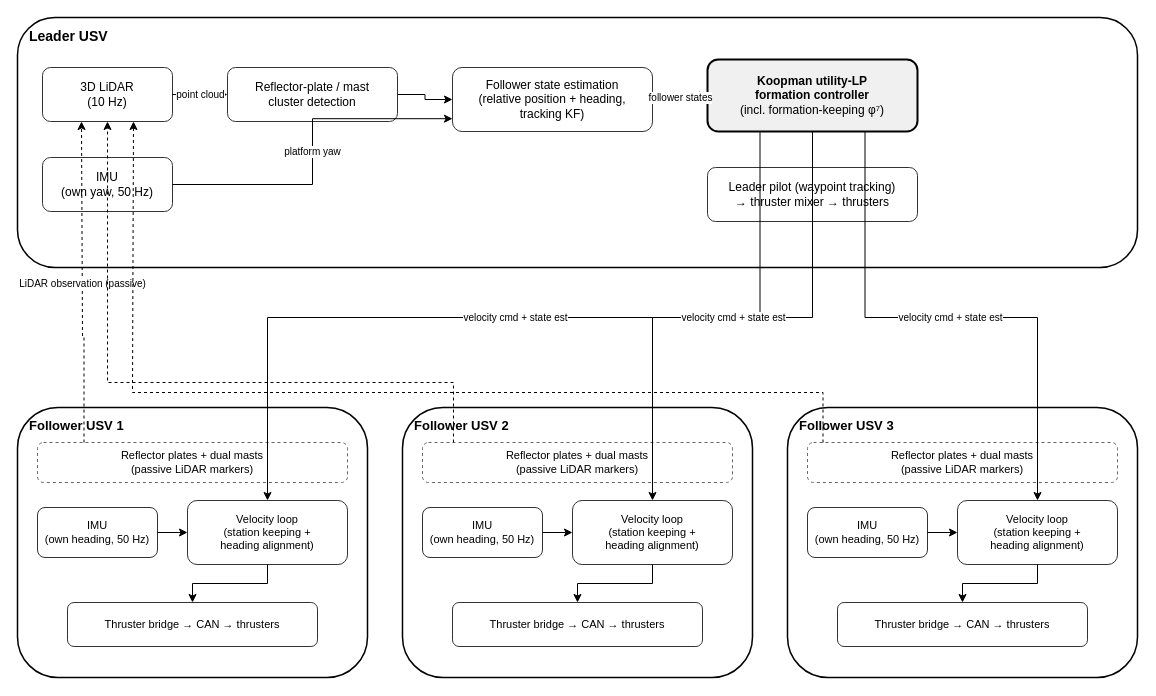
yuuu1121/GTBOT keeps this draw.io diagram as IEEE-conference-template-062824/fig/system_architecture.drawio. Above is the earlier version. Source tidied: cells renumbered, new cells numbered last; positions are measured from the earlier drawing's top-left corner, leaving out a move shared by most shapes. Both pictures are drawn from the tidied source at 100%, with x=0, y=0 at pixel (17, 17).
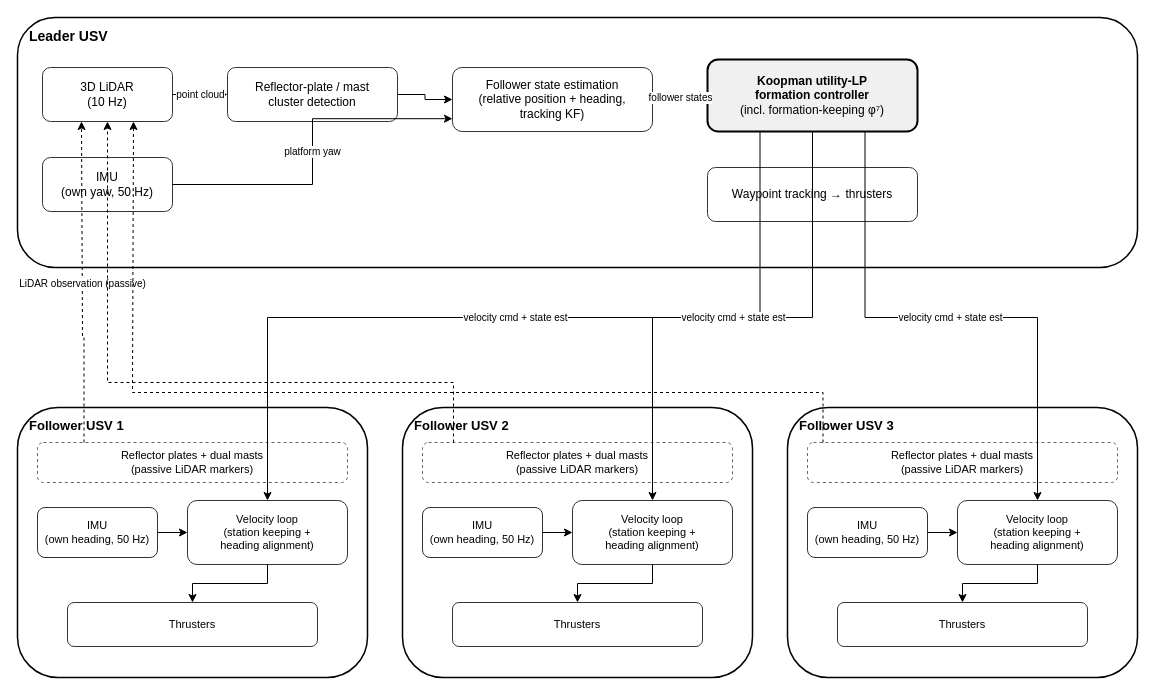
The same diagram, later.

Commit message:
draft(ut27): 아키텍처 그림 액추에이터 단순화 — 브리지/CAN 세부 제거, Thrusters로 통일

Claude-Session: https://claude.ai/code/session_019qNLAuEkV57fTxt2qoVVH8

Diff of the diagram source:
```diff
@@
-    <mxCell id="8" value="Leader pilot (waypoint tracking)&lt;br&gt;→ thruster mixer → thrusters" style="rounded=1;whiteSpace=wrap;html=1;fillColor=#ffffff;strokeColor=#333333;fontSize=12;" parent="1" vertex="1">
+    <mxCell id="8" value="Waypoint tracking → thrusters" style="rounded=1;whiteSpace=wrap;html=1;fillColor=#ffffff;strokeColor=#333333;fontSize=12;" parent="1" vertex="1">
       <mxGeometry x="690" y="150" width="210" height="54" as="geometry" />
     </mxCell>
@@
-    <mxCell id="17" value="Thruster bridge → CAN → thrusters" style="rounded=1;whiteSpace=wrap;html=1;fillColor=#ffffff;strokeColor=#333333;fontSize=11;" parent="1" vertex="1">
+    <mxCell id="17" value="Thrusters" style="rounded=1;whiteSpace=wrap;html=1;fillColor=#ffffff;strokeColor=#333333;fontSize=11;" parent="1" vertex="1">
       <mxGeometry x="50" y="585" width="250" height="44" as="geometry" />
     </mxCell>
@@
-    <mxCell id="24" value="Thruster bridge → CAN → thrusters" style="rounded=1;whiteSpace=wrap;html=1;fillColor=#ffffff;strokeColor=#333333;fontSize=11;" parent="1" vertex="1">
+    <mxCell id="24" value="Thrusters" style="rounded=1;whiteSpace=wrap;html=1;fillColor=#ffffff;strokeColor=#333333;fontSize=11;" parent="1" vertex="1">
       <mxGeometry x="435" y="585" width="250" height="44" as="geometry" />
     </mxCell>
@@
-    <mxCell id="31" value="Thruster bridge → CAN → thrusters" style="rounded=1;whiteSpace=wrap;html=1;fillColor=#ffffff;strokeColor=#333333;fontSize=11;" parent="1" vertex="1">
+    <mxCell id="31" value="Thrusters" style="rounded=1;whiteSpace=wrap;html=1;fillColor=#ffffff;strokeColor=#333333;fontSize=11;" parent="1" vertex="1">
       <mxGeometry x="820" y="585" width="250" height="44" as="geometry" />
     </mxCell>
```
